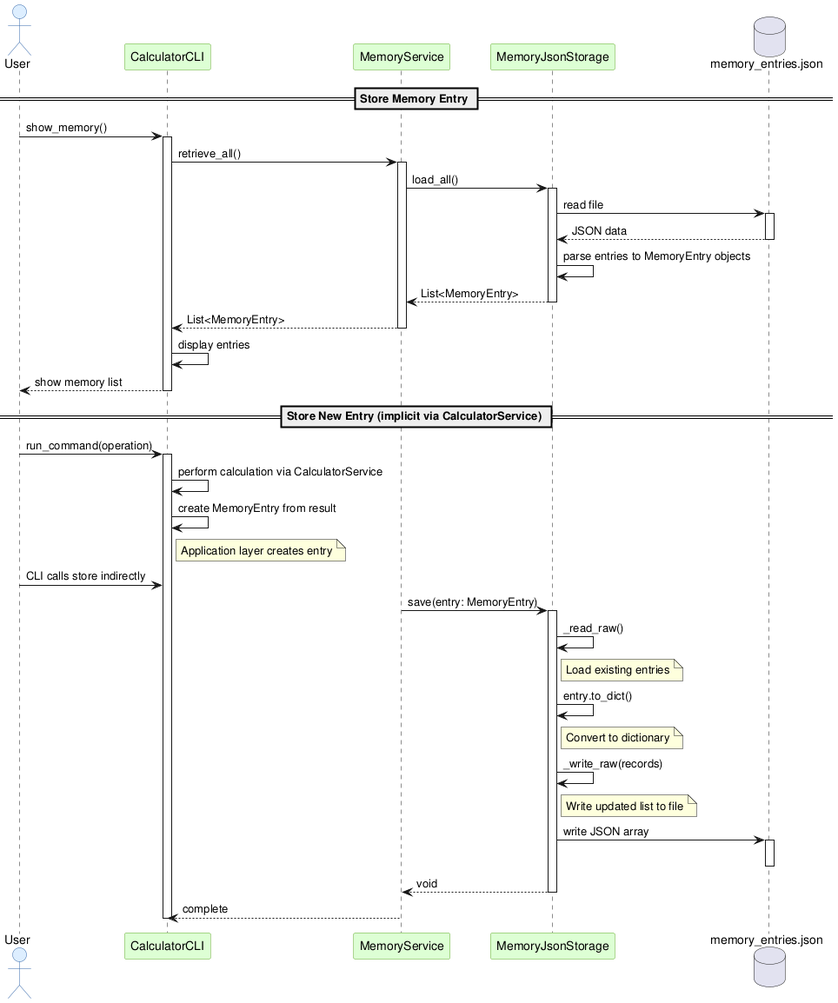
Before: experiments/pipeline/structured_text/calculator/artifacts/sequence_diagram_memory.png, a diagram exported from PlantUML (DanielRiha8906/Software_autoevolution_using_agents).
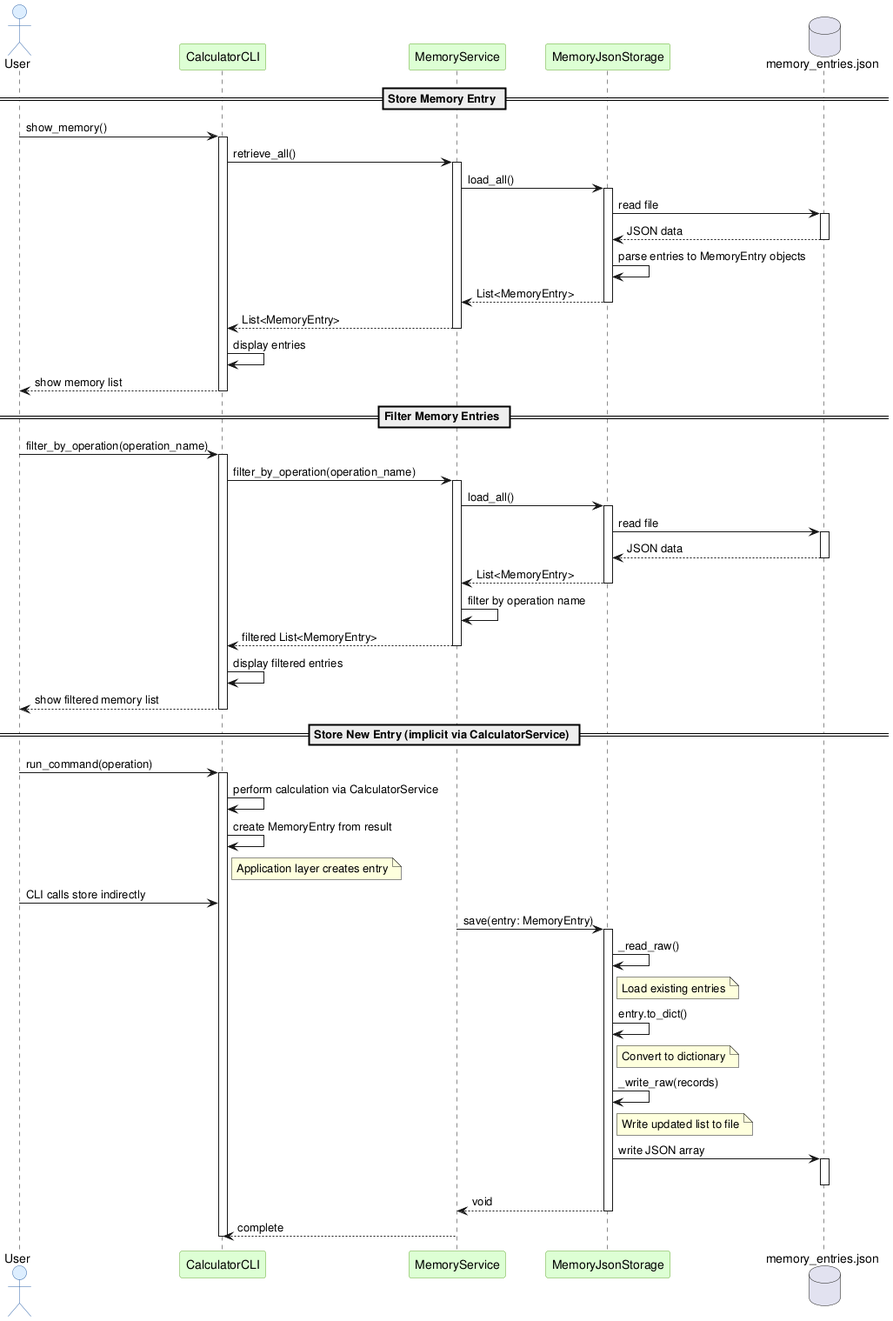
Above is the later version.

What changed in the source:
```diff
@@ -32,6 +32,27 @@
 CLI --> User: show memory list
 deactivate CLI
 
+== Filter Memory Entries ==
+
+User -> CLI: filter_by_operation(operation_name)
+activate CLI
+CLI -> MemService: filter_by_operation(operation_name)
+activate MemService
+MemService -> MemStore: load_all()
+activate MemStore
+MemStore -> DB: read file
+activate DB
+DB --> MemStore: JSON data
+deactivate DB
+MemStore --> MemService: List<MemoryEntry>
+deactivate MemStore
+MemService -> MemService: filter by operation name
+MemService --> CLI: filtered List<MemoryEntry>
+deactivate MemService
+CLI -> CLI: display filtered entries
+CLI --> User: show filtered memory list
+deactivate CLI
+
 == Store New Entry (implicit via CalculatorService) ==
 
 User -> CLI: run_command(operation)
```
